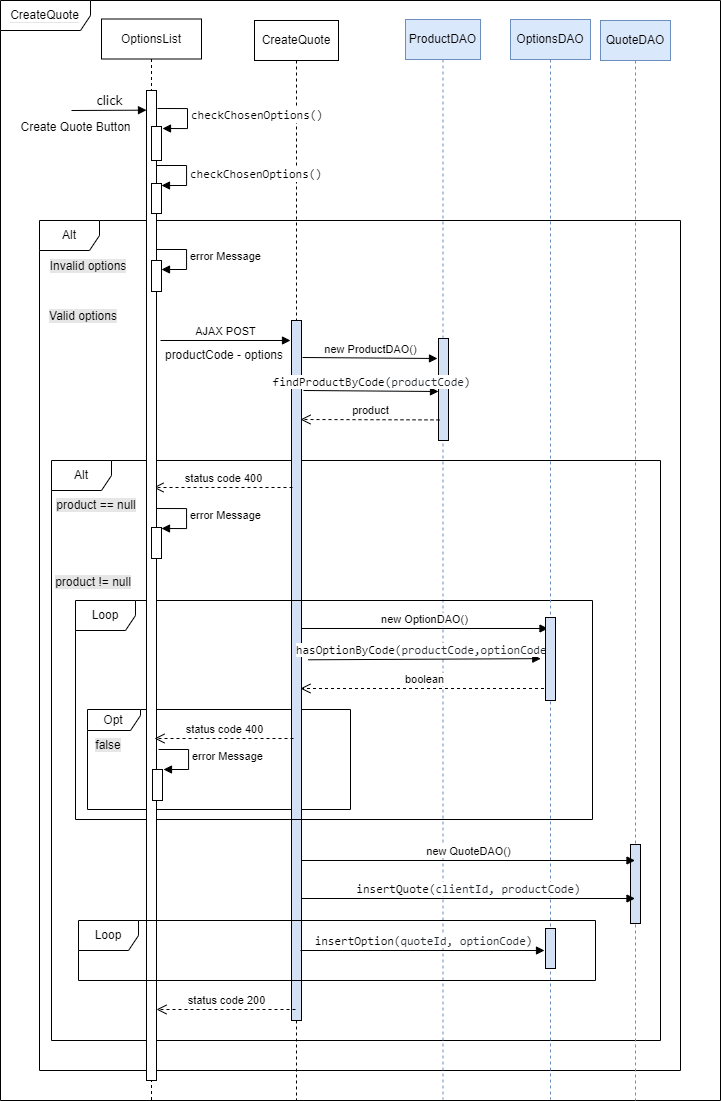
Before: documentation/RIA_images/CreateQuote.png, a diagram exported from draw.io (ManuMerlo/Web-App-Project-TIW-2022-Inghilleri-Merlo). Source tidied: cells renumbered, new cells last; positions are measured from the earlier drawing's top-left corner, leaving out a move shared by most shapes.
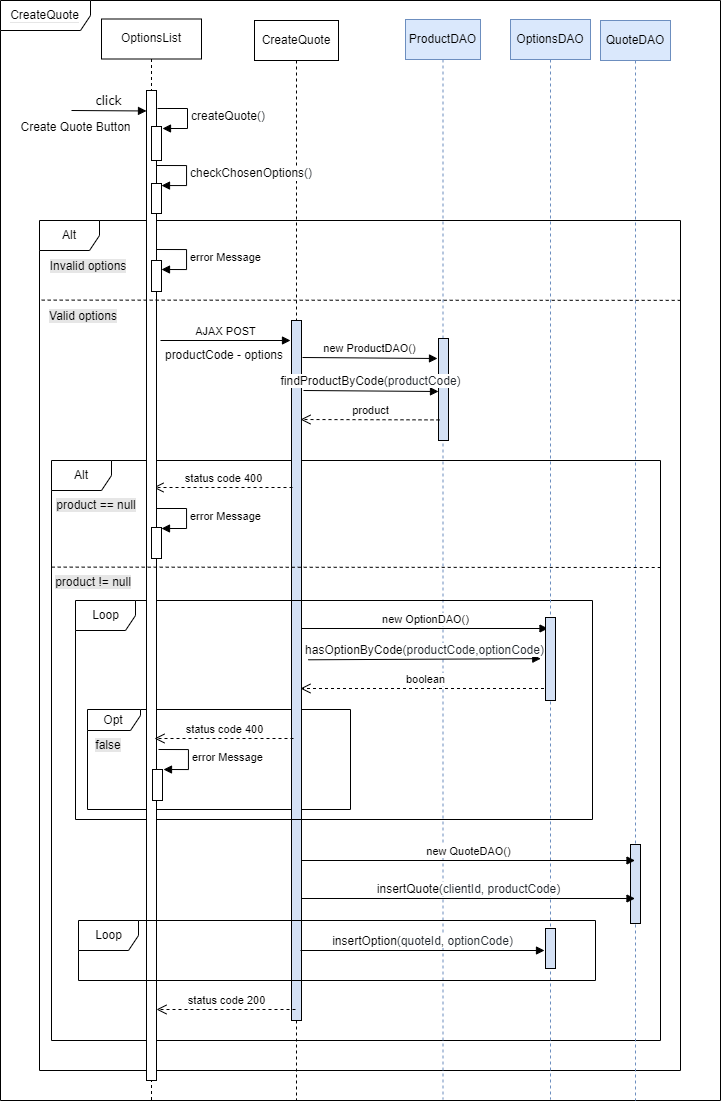
The same file after the commit.

What changed in the source:
```diff
@@ -29,7 +29,7 @@
     <mxCell id="10" value="Loop" style="shape=umlFrame;whiteSpace=wrap;html=1;" parent="9" vertex="1">
       <mxGeometry x="-330" y="581" width="517" height="219" as="geometry" />
     </mxCell>
-    <mxCell id="11" value="&lt;span style=&quot;box-sizing: border-box; color: var(--color-prettylights-syntax-entity); font-family: ui-monospace, SFMono-Regular, &amp;quot;SF Mono&amp;quot;, Menlo, Consolas, &amp;quot;Liberation Mono&amp;quot;, monospace; font-size: 12px; text-align: start;&quot; class=&quot;pl-en&quot;&gt;hasOptionByCode&lt;/span&gt;&lt;span style=&quot;color: rgb(36, 41, 47); font-family: ui-monospace, SFMono-Regular, &amp;quot;SF Mono&amp;quot;, Menlo, Consolas, &amp;quot;Liberation Mono&amp;quot;, monospace; font-size: 12px; text-align: start;&quot;&gt;(&lt;/span&gt;&lt;span style=&quot;box-sizing: border-box; color: rgb(36, 41, 47); font-family: ui-monospace, SFMono-Regular, &amp;quot;SF Mono&amp;quot;, Menlo, Consolas, &amp;quot;Liberation Mono&amp;quot;, monospace; font-size: 12px; text-align: start;&quot; class=&quot;pl-s1&quot;&gt;productCode&lt;/span&gt;&lt;span style=&quot;color: rgb(36, 41, 47); font-family: ui-monospace, SFMono-Regular, &amp;quot;SF Mono&amp;quot;, Menlo, Consolas, &amp;quot;Liberation Mono&amp;quot;, monospace; font-size: 12px; text-align: start;&quot;&gt;,optionCode)&lt;/span&gt;" style="html=1;verticalAlign=bottom;endArrow=block;rounded=0;entryX=-0.771;entryY=0.55;entryDx=0;entryDy=0;entryPerimeter=0;" parent="9" edge="1">
+    <mxCell id="11" value="&lt;span style=&quot;box-sizing: border-box; color: var(--color-prettylights-syntax-entity); font-size: 12px; text-align: start;&quot; class=&quot;pl-en&quot;&gt;hasOptionByCode&lt;/span&gt;&lt;span style=&quot;color: rgb(36, 41, 47); font-size: 12px; text-align: start;&quot;&gt;(&lt;/span&gt;&lt;span style=&quot;box-sizing: border-box; color: rgb(36, 41, 47); font-size: 12px; text-align: start;&quot; class=&quot;pl-s1&quot;&gt;productCode&lt;/span&gt;&lt;span style=&quot;color: rgb(36, 41, 47); font-size: 12px; text-align: start;&quot;&gt;,optionCode)&lt;/span&gt;" style="html=1;verticalAlign=bottom;endArrow=block;rounded=0;entryX=-0.771;entryY=0.55;entryDx=0;entryDy=0;entryPerimeter=0;" parent="9" edge="1">
       <mxGeometry relative="1" as="geometry">
         <mxPoint x="-97.2" y="640.3" as="sourcePoint" />
         <mxPoint x="135.3" y="639.2" as="targetPoint" />
@@ -112,7 +112,7 @@
     <mxCell id="27" style="html=1;perimeter=orthogonalPerimeter;" parent="1" vertex="1">
       <mxGeometry x="151" y="183" width="10" height="30" as="geometry" />
     </mxCell>
-    <mxCell id="28" value="&lt;span style=&quot;box-sizing: border-box; color: var(--color-prettylights-syntax-entity); font-family: ui-monospace, SFMono-Regular, &amp;quot;SF Mono&amp;quot;, Menlo, Consolas, &amp;quot;Liberation Mono&amp;quot;, monospace; font-size: 12px;&quot; class=&quot;pl-en&quot;&gt;checkChosenOptions&lt;/span&gt;&lt;span style=&quot;box-sizing: border-box; color: rgb(36, 41, 47); font-family: ui-monospace, SFMono-Regular, &amp;quot;SF Mono&amp;quot;, Menlo, Consolas, &amp;quot;Liberation Mono&amp;quot;, monospace; font-size: 12px;&quot; class=&quot;pl-kos&quot;&gt;(&lt;/span&gt;&lt;span style=&quot;box-sizing: border-box; color: rgb(36, 41, 47); font-family: ui-monospace, SFMono-Regular, &amp;quot;SF Mono&amp;quot;, Menlo, Consolas, &amp;quot;Liberation Mono&amp;quot;, monospace; font-size: 12px;&quot; class=&quot;pl-kos&quot;&gt;)&lt;/span&gt;" style="edgeStyle=orthogonalEdgeStyle;html=1;align=left;spacingLeft=2;endArrow=block;rounded=0;entryX=1;entryY=0;" parent="1" edge="1">
+    <mxCell id="28" value="&lt;span style=&quot;box-sizing: border-box; color: var(--color-prettylights-syntax-entity); font-size: 12px;&quot; class=&quot;pl-en&quot;&gt;checkChosenOptions&lt;/span&gt;&lt;span style=&quot;box-sizing: border-box; color: rgb(36, 41, 47); font-size: 12px;&quot; class=&quot;pl-kos&quot;&gt;(&lt;/span&gt;&lt;span style=&quot;box-sizing: border-box; color: rgb(36, 41, 47); font-size: 12px;&quot; class=&quot;pl-kos&quot;&gt;)&lt;/span&gt;" style="edgeStyle=orthogonalEdgeStyle;html=1;align=left;spacingLeft=2;endArrow=block;rounded=0;entryX=1;entryY=0;" parent="1" edge="1">
       <mxGeometry relative="1" as="geometry">
         <mxPoint x="156" y="165" as="sourcePoint" />
         <mxPoint x="161" y="186" as="targetPoint" />
@@ -134,7 +134,7 @@
     <mxCell id="32" value="&lt;span style=&quot;background-color: rgb(230, 230, 230);&quot;&gt;product == null&lt;/span&gt;" style="text;html=1;strokeColor=none;fillColor=none;align=center;verticalAlign=middle;whiteSpace=wrap;rounded=0;" parent="1" vertex="1">
       <mxGeometry x="51" y="490" width="90" height="30" as="geometry" />
     </mxCell>
-    <mxCell id="33" value="&lt;span style=&quot;box-sizing: border-box; color: var(--color-prettylights-syntax-entity); font-family: ui-monospace, SFMono-Regular, &amp;quot;SF Mono&amp;quot;, Menlo, Consolas, &amp;quot;Liberation Mono&amp;quot;, monospace; font-size: 12px; text-align: start;&quot; class=&quot;pl-en&quot;&gt;findProductByCode&lt;/span&gt;&lt;span style=&quot;color: rgb(36, 41, 47); font-family: ui-monospace, SFMono-Regular, &amp;quot;SF Mono&amp;quot;, Menlo, Consolas, &amp;quot;Liberation Mono&amp;quot;, monospace; font-size: 12px; text-align: start;&quot;&gt;(&lt;/span&gt;&lt;span style=&quot;box-sizing: border-box; color: rgb(36, 41, 47); font-family: ui-monospace, SFMono-Regular, &amp;quot;SF Mono&amp;quot;, Menlo, Consolas, &amp;quot;Liberation Mono&amp;quot;, monospace; font-size: 12px; text-align: start;&quot; class=&quot;pl-s1&quot;&gt;productCode&lt;/span&gt;&lt;span style=&quot;color: rgb(36, 41, 47); font-family: ui-monospace, SFMono-Regular, &amp;quot;SF Mono&amp;quot;, Menlo, Consolas, &amp;quot;Liberation Mono&amp;quot;, monospace; font-size: 12px; text-align: start;&quot;&gt;)&lt;/span&gt;" style="html=1;verticalAlign=bottom;endArrow=block;rounded=0;" parent="1" edge="1">
+    <mxCell id="33" value="&lt;span style=&quot;box-sizing: border-box; color: var(--color-prettylights-syntax-entity); font-size: 12px; text-align: start;&quot; class=&quot;pl-en&quot;&gt;findProductByCode&lt;/span&gt;&lt;span style=&quot;color: rgb(36, 41, 47); font-size: 12px; text-align: start;&quot;&gt;(&lt;/span&gt;&lt;span style=&quot;box-sizing: border-box; color: rgb(36, 41, 47); font-size: 12px; text-align: start;&quot; class=&quot;pl-s1&quot;&gt;productCode&lt;/span&gt;&lt;span style=&quot;color: rgb(36, 41, 47); font-size: 12px; text-align: start;&quot;&gt;)&lt;/span&gt;" style="html=1;verticalAlign=bottom;endArrow=block;rounded=0;" parent="1" edge="1">
       <mxGeometry relative="1" as="geometry">
         <mxPoint x="303" y="390" as="sourcePoint" />
         <mxPoint x="438" y="391" as="targetPoint" />
@@ -182,7 +182,7 @@
         <mxPoint x="301" y="860" as="sourcePoint" />
       </mxGeometry>
     </mxCell>
-    <mxCell id="42" value="&lt;span style=&quot;box-sizing: border-box; color: var(--color-prettylights-syntax-entity); font-family: ui-monospace, SFMono-Regular, &amp;quot;SF Mono&amp;quot;, Menlo, Consolas, &amp;quot;Liberation Mono&amp;quot;, monospace; font-size: 12px; text-align: start;&quot; class=&quot;pl-en&quot;&gt;insertQuote&lt;/span&gt;&lt;span style=&quot;color: rgb(36, 41, 47); font-family: ui-monospace, SFMono-Regular, &amp;quot;SF Mono&amp;quot;, Menlo, Consolas, &amp;quot;Liberation Mono&amp;quot;, monospace; font-size: 12px; text-align: start;&quot;&gt;(&lt;/span&gt;&lt;span style=&quot;box-sizing: border-box; color: rgb(36, 41, 47); font-family: ui-monospace, SFMono-Regular, &amp;quot;SF Mono&amp;quot;, Menlo, Consolas, &amp;quot;Liberation Mono&amp;quot;, monospace; font-size: 12px; text-align: start;&quot; class=&quot;pl-s1&quot;&gt;clientId&lt;/span&gt;&lt;span style=&quot;color: rgb(36, 41, 47); font-family: ui-monospace, SFMono-Regular, &amp;quot;SF Mono&amp;quot;, Menlo, Consolas, &amp;quot;Liberation Mono&amp;quot;, monospace; font-size: 12px; text-align: start;&quot;&gt;, &lt;/span&gt;&lt;span style=&quot;box-sizing: border-box; color: rgb(36, 41, 47); font-family: ui-monospace, SFMono-Regular, &amp;quot;SF Mono&amp;quot;, Menlo, Consolas, &amp;quot;Liberation Mono&amp;quot;, monospace; font-size: 12px; text-align: start;&quot; class=&quot;pl-s1&quot;&gt;productCode&lt;/span&gt;&lt;span style=&quot;color: rgb(36, 41, 47); font-family: ui-monospace, SFMono-Regular, &amp;quot;SF Mono&amp;quot;, Menlo, Consolas, &amp;quot;Liberation Mono&amp;quot;, monospace; font-size: 12px; text-align: start;&quot;&gt;)&lt;/span&gt;" style="html=1;verticalAlign=bottom;endArrow=block;rounded=0;" parent="1" edge="1">
+    <mxCell id="42" value="&lt;span style=&quot;box-sizing: border-box; color: var(--color-prettylights-syntax-entity); font-size: 12px; text-align: start;&quot; class=&quot;pl-en&quot;&gt;insertQuote&lt;/span&gt;&lt;span style=&quot;color: rgb(36, 41, 47); font-size: 12px; text-align: start;&quot;&gt;(&lt;/span&gt;&lt;span style=&quot;box-sizing: border-box; color: rgb(36, 41, 47); font-size: 12px; text-align: start;&quot; class=&quot;pl-s1&quot;&gt;clientId&lt;/span&gt;&lt;span style=&quot;color: rgb(36, 41, 47); font-size: 12px; text-align: start;&quot;&gt;, &lt;/span&gt;&lt;span style=&quot;box-sizing: border-box; color: rgb(36, 41, 47); font-size: 12px; text-align: start;&quot; class=&quot;pl-s1&quot;&gt;productCode&lt;/span&gt;&lt;span style=&quot;color: rgb(36, 41, 47); font-size: 12px; text-align: start;&quot;&gt;)&lt;/span&gt;" style="html=1;verticalAlign=bottom;endArrow=block;rounded=0;" parent="1" edge="1">
       <mxGeometry relative="1" as="geometry">
         <mxPoint x="301" y="898" as="sourcePoint" />
         <mxPoint x="634.5" y="898" as="targetPoint" />
@@ -191,7 +191,7 @@
     <mxCell id="43" value="Loop" style="shape=umlFrame;whiteSpace=wrap;html=1;" parent="1" vertex="1">
       <mxGeometry x="78" y="920" width="517" height="60" as="geometry" />
     </mxCell>
-    <mxCell id="44" value="&lt;span style=&quot;box-sizing: border-box; color: var(--color-prettylights-syntax-entity); font-family: ui-monospace, SFMono-Regular, &amp;quot;SF Mono&amp;quot;, Menlo, Consolas, &amp;quot;Liberation Mono&amp;quot;, monospace; font-size: 12px; text-align: start;&quot; class=&quot;pl-en&quot;&gt;insertOption&lt;/span&gt;&lt;span style=&quot;color: rgb(36, 41, 47); font-family: ui-monospace, SFMono-Regular, &amp;quot;SF Mono&amp;quot;, Menlo, Consolas, &amp;quot;Liberation Mono&amp;quot;, monospace; font-size: 12px; text-align: start;&quot;&gt;(&lt;/span&gt;&lt;span style=&quot;box-sizing: border-box; color: rgb(36, 41, 47); font-family: ui-monospace, SFMono-Regular, &amp;quot;SF Mono&amp;quot;, Menlo, Consolas, &amp;quot;Liberation Mono&amp;quot;, monospace; font-size: 12px; text-align: start;&quot; class=&quot;pl-s1&quot;&gt;quoteId&lt;/span&gt;&lt;span style=&quot;color: rgb(36, 41, 47); font-family: ui-monospace, SFMono-Regular, &amp;quot;SF Mono&amp;quot;, Menlo, Consolas, &amp;quot;Liberation Mono&amp;quot;, monospace; font-size: 12px; text-align: start;&quot;&gt;, &lt;/span&gt;&lt;span style=&quot;box-sizing: border-box; color: rgb(36, 41, 47); font-family: ui-monospace, SFMono-Regular, &amp;quot;SF Mono&amp;quot;, Menlo, Consolas, &amp;quot;Liberation Mono&amp;quot;, monospace; font-size: 12px; text-align: start;&quot; class=&quot;pl-s1&quot;&gt;optionCode&lt;/span&gt;&lt;span style=&quot;color: rgb(36, 41, 47); font-family: ui-monospace, SFMono-Regular, &amp;quot;SF Mono&amp;quot;, Menlo, Consolas, &amp;quot;Liberation Mono&amp;quot;, monospace; font-size: 12px; text-align: start;&quot;&gt;)&lt;/span&gt;" style="html=1;verticalAlign=bottom;endArrow=block;rounded=0;" parent="1" edge="1">
+    <mxCell id="44" value="&lt;span style=&quot;box-sizing: border-box; color: var(--color-prettylights-syntax-entity); font-size: 12px; text-align: start;&quot; class=&quot;pl-en&quot;&gt;insertOption&lt;/span&gt;&lt;span style=&quot;color: rgb(36, 41, 47); font-size: 12px; text-align: start;&quot;&gt;(&lt;/span&gt;&lt;span style=&quot;box-sizing: border-box; color: rgb(36, 41, 47); font-size: 12px; text-align: start;&quot; class=&quot;pl-s1&quot;&gt;quoteId&lt;/span&gt;&lt;span style=&quot;color: rgb(36, 41, 47); font-size: 12px; text-align: start;&quot;&gt;, &lt;/span&gt;&lt;span style=&quot;box-sizing: border-box; color: rgb(36, 41, 47); font-size: 12px; text-align: start;&quot; class=&quot;pl-s1&quot;&gt;optionCode&lt;/span&gt;&lt;span style=&quot;color: rgb(36, 41, 47); font-size: 12px; text-align: start;&quot;&gt;)&lt;/span&gt;" style="html=1;verticalAlign=bottom;endArrow=block;rounded=0;" parent="1" edge="1">
       <mxGeometry relative="1" as="geometry">
         <mxPoint x="300" y="950" as="sourcePoint" />
         <mxPoint x="544" y="950" as="targetPoint" />
@@ -203,7 +203,7 @@
         <mxPoint x="156" y="1009" as="targetPoint" />
       </mxGeometry>
     </mxCell>
-    <mxCell id="46" value="&lt;span style=&quot;box-sizing: border-box; color: var(--color-prettylights-syntax-entity); font-family: ui-monospace, SFMono-Regular, &amp;quot;SF Mono&amp;quot;, Menlo, Consolas, &amp;quot;Liberation Mono&amp;quot;, monospace; font-size: 12px;&quot; class=&quot;pl-en&quot;&gt;checkChosenOptions&lt;/span&gt;&lt;span style=&quot;box-sizing: border-box; color: rgb(36, 41, 47); font-family: ui-monospace, SFMono-Regular, &amp;quot;SF Mono&amp;quot;, Menlo, Consolas, &amp;quot;Liberation Mono&amp;quot;, monospace; font-size: 12px;&quot; class=&quot;pl-kos&quot;&gt;(&lt;/span&gt;&lt;span style=&quot;box-sizing: border-box; color: rgb(36, 41, 47); font-family: ui-monospace, SFMono-Regular, &amp;quot;SF Mono&amp;quot;, Menlo, Consolas, &amp;quot;Liberation Mono&amp;quot;, monospace; font-size: 12px;&quot; class=&quot;pl-kos&quot;&gt;)&lt;/span&gt;" style="edgeStyle=orthogonalEdgeStyle;html=1;align=left;spacingLeft=2;endArrow=block;rounded=0;entryX=1;entryY=0;" parent="1" edge="1">
+    <mxCell id="46" value="&lt;span style=&quot;box-sizing: border-box; font-size: 12px;&quot; class=&quot;pl-kos&quot;&gt;createQuote&lt;/span&gt;&lt;span style=&quot;box-sizing: border-box; color: rgb(36, 41, 47); font-size: 12px;&quot; class=&quot;pl-kos&quot;&gt;(&lt;/span&gt;&lt;span style=&quot;box-sizing: border-box; color: rgb(36, 41, 47); font-size: 12px;&quot; class=&quot;pl-kos&quot;&gt;)&lt;/span&gt;" style="edgeStyle=orthogonalEdgeStyle;html=1;align=left;spacingLeft=2;endArrow=block;rounded=0;entryX=1;entryY=0;" parent="1" edge="1">
       <mxGeometry relative="1" as="geometry">
         <mxPoint x="157" y="108" as="sourcePoint" />
         <mxPoint x="162" y="128" as="targetPoint" />
@@ -222,5 +222,17 @@
     <mxCell id="49" value="&lt;span style=&quot;color: rgba(0, 0, 0, 0); font-family: monospace; font-size: 0px; text-align: start;&quot;&gt;%3CmxGraphModel%3E%3Croot%3E%3CmxCell%20id%3D%220%22%2F%3E%3CmxCell%20id%3D%221%22%20parent%3D%220%22%2F%3E%3CmxCell%20id%3D%222%22%20value%3D%22%26lt%3Bspan%20style%3D%26quot%3Bbackground-color%3A%20rgb(230%2C%20230%2C%20230)%3B%26quot%3B%26gt%3BInvalid%20email%26lt%3B%2Fspan%26gt%3B%22%20style%3D%22text%3Bhtml%3D1%3BstrokeColor%3Dnone%3BfillColor%3Dnone%3Balign%3Dcenter%3BverticalAlign%3Dmiddle%3BwhiteSpace%3Dwrap%3Brounded%3D0%3B%22%20vertex%3D%221%22%20parent%3D%221%22%3E%3CmxGeometry%20x%3D%2246%22%20y%3D%22269%22%20width%3D%2270%22%20height%3D%2230%22%20as%3D%22geometry%22%2F%3E%3C%2FmxCell%3E%3C%2Froot%3E%3C%2FmxGraphModel%3E&lt;/span&gt;" style="html=1;perimeter=orthogonalPerimeter;fillColor=#D4E1F5;" parent="1" vertex="1">
       <mxGeometry x="545" y="928" width="10" height="40" as="geometry" />
     </mxCell>
+    <mxCell id="50" style="endArrow=none;dashed=1;html=1;rounded=0;fontFamily=Helvetica;exitX=-0.057;exitY=-1.013;exitDx=0;exitDy=0;exitPerimeter=0;entryX=0.999;entryY=0.001;entryDx=0;entryDy=0;entryPerimeter=0;" parent="1" edge="1">
+      <mxGeometry relative="1" as="geometry">
+        <mxPoint x="41.2" y="299.6" as="sourcePoint" />
+        <mxPoint x="679.4" y="299.9" as="targetPoint" />
+      </mxGeometry>
+    </mxCell>
+    <mxCell id="51" style="endArrow=none;dashed=1;html=1;rounded=0;fontFamily=Helvetica;exitX=-0.057;exitY=-1.013;exitDx=0;exitDy=0;exitPerimeter=0;" parent="1" edge="1">
+      <mxGeometry relative="1" as="geometry">
+        <mxPoint x="51.2" y="566.6" as="sourcePoint" />
+        <mxPoint x="660" y="567" as="targetPoint" />
+      </mxGeometry>
+    </mxCell>
   </root>
 </mxGraphModel>
```
